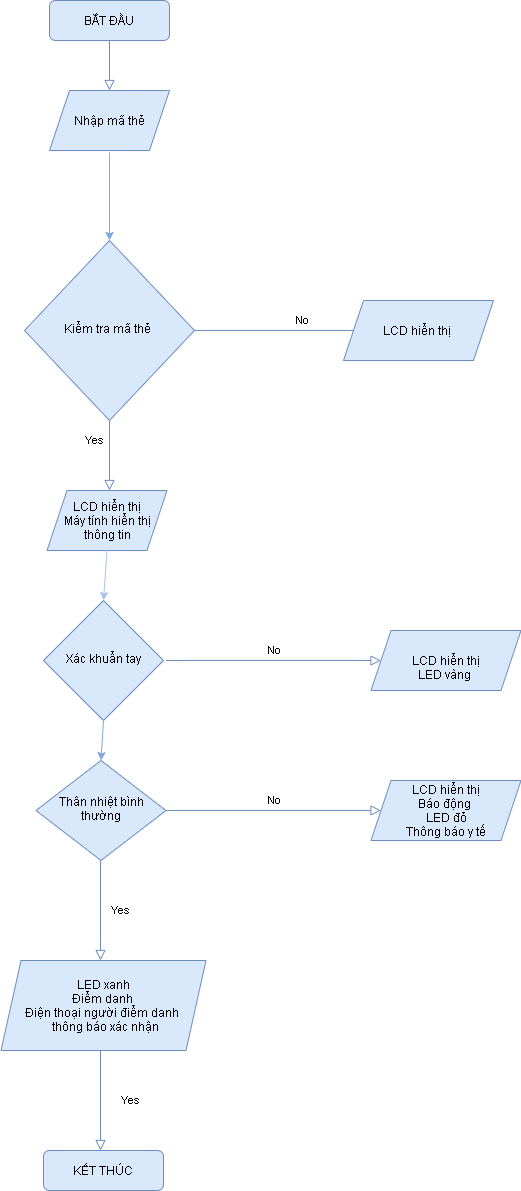
danghuynhthi/baitest01 keeps this draw.io diagram as Untitled Diagram.png. Above is the earlier version. Source tidied: cells renumbered, new cells last; positions are measured from the earlier drawing's top-left corner, leaving out a move shared by most shapes.
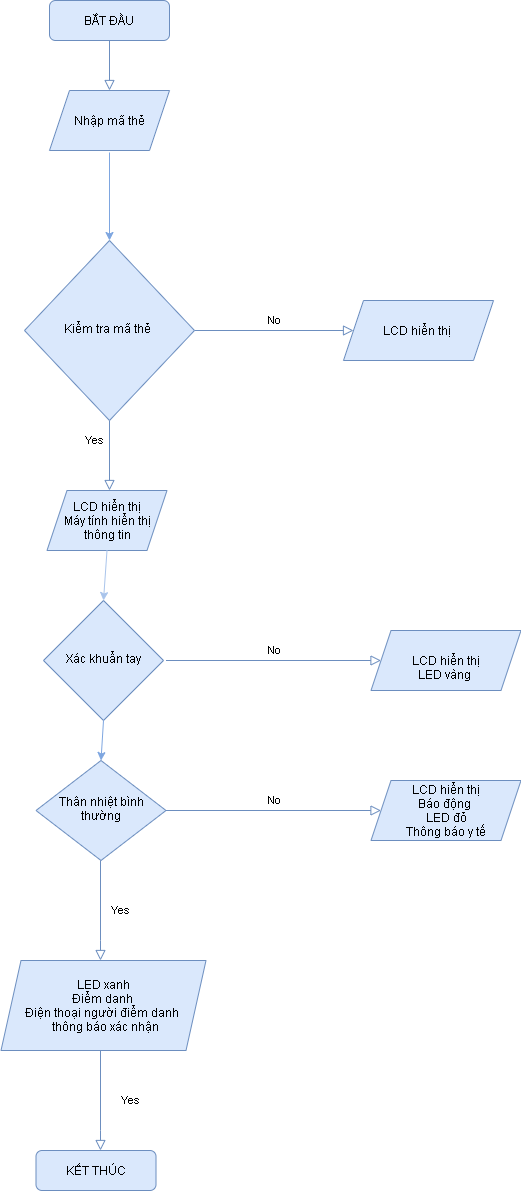
After the commit.

Commit message:
sơ đồi khối

The edit, as a diff of the source:
```diff
@@ -13,10 +13,8 @@
         <mxPoint x="108" y="490" as="targetPoint" />
       </mxGeometry>
     </mxCell>
-    <mxCell id="5" value="No" style="edgeStyle=orthogonalEdgeStyle;rounded=0;html=1;jettySize=auto;fontSize=11;endArrow=block;endFill=0;endSize=8;strokeWidth=1;shadow=0;labelBackgroundColor=none;fillColor=#dae8fc;strokeColor=#6c8ebf;" parent="1" edge="1" source="6">
-      <mxGeometry y="10" relative="1" as="geometry">
-        <mxPoint x="408" y="330" as="targetPoint" />
-      </mxGeometry>
+    <mxCell id="5" value="No" style="edgeStyle=orthogonalEdgeStyle;rounded=0;html=1;jettySize=auto;fontSize=11;endArrow=block;endFill=0;endSize=8;strokeWidth=1;shadow=0;labelBackgroundColor=none;fillColor=#dae8fc;strokeColor=#6c8ebf;entryX=0;entryY=0.5;entryDx=0;entryDy=0;" parent="1" edge="1" source="6" target="21">
+      <mxGeometry y="10" relative="1" as="geometry" />
     </mxCell>
     <mxCell id="6" value="Kiểm tra mã thẻ&amp;nbsp;" style="rhombus;whiteSpace=wrap;html=1;shadow=0;fontFamily=Helvetica;fontSize=12;align=center;strokeWidth=1;spacing=6;spacingTop=-4;fillColor=#dae8fc;strokeColor=#6c8ebf;" parent="1" vertex="1">
       <mxGeometry x="23" y="240" width="170" height="180" as="geometry" />
@@ -28,7 +26,7 @@
       <mxGeometry x="42" y="600" width="120" height="120" as="geometry" />
     </mxCell>
     <mxCell id="9" value="KẾT THÚC" style="rounded=1;whiteSpace=wrap;html=1;fontSize=12;glass=0;strokeWidth=1;shadow=0;fillColor=#dae8fc;strokeColor=#6c8ebf;" parent="1" vertex="1">
-      <mxGeometry x="42" y="1150" width="120" height="40" as="geometry" />
+      <mxGeometry x="34.5" y="1150" width="120" height="40" as="geometry" />
     </mxCell>
     <mxCell id="10" value="Yes" style="rounded=0;html=1;jettySize=auto;orthogonalLoop=1;fontSize=11;endArrow=block;endFill=0;endSize=8;strokeWidth=1;shadow=0;labelBackgroundColor=none;edgeStyle=orthogonalEdgeStyle;entryX=0.5;entryY=0;entryDx=0;entryDy=0;fillColor=#dae8fc;strokeColor=#6c8ebf;" parent="1" edge="1">
       <mxGeometry y="20" relative="1" as="geometry">
```
